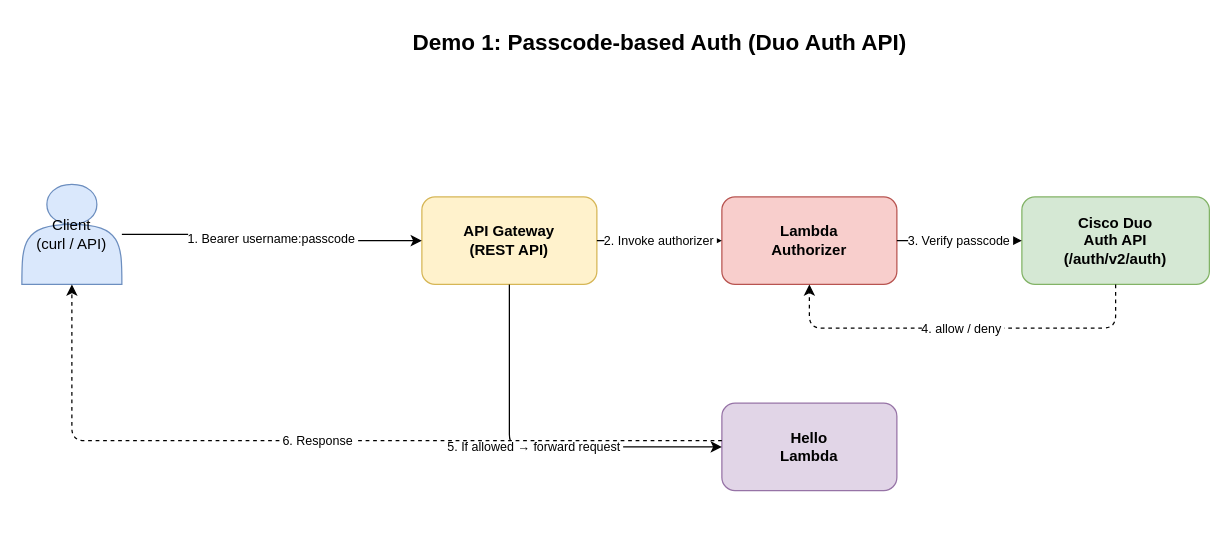
final000/aws-lambdaauth-ciscoduo-demo keeps this draw.io diagram as diagrams/demo1-passcode.drawio. Above is the earlier version. Source tidied: cells renumbered, new cells numbered last; positions are measured from the earlier drawing's top-left corner, leaving out a move shared by most shapes. Both pictures are drawn from the tidied source at 125%, with x=0, y=0 at pixel (21, 21).
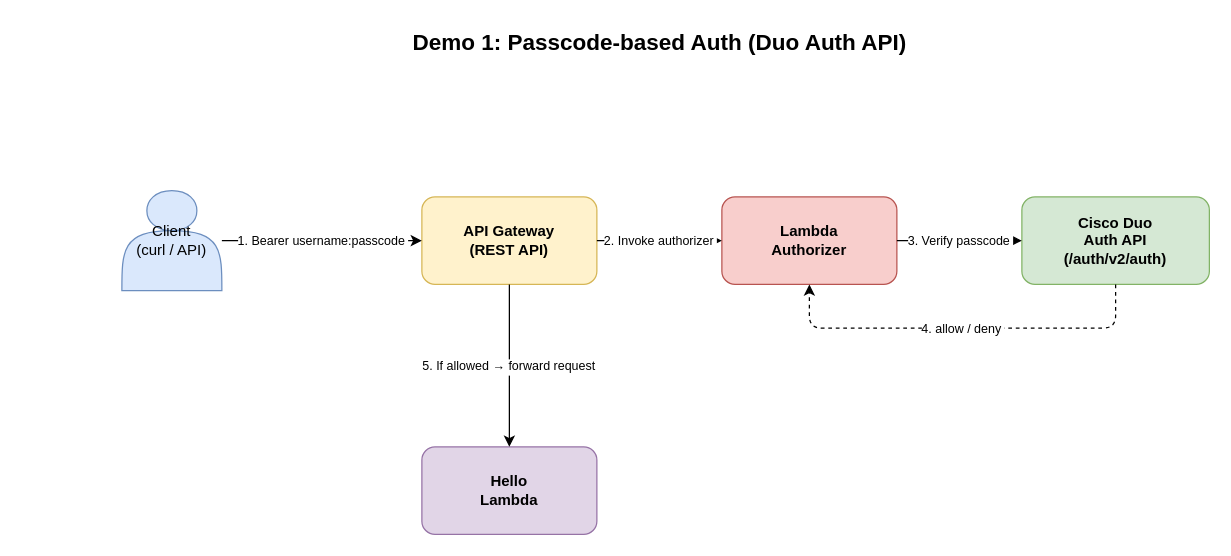
The same page after the edit.

Change to the diagram source:
```diff
@@
 <mxGraphModel>
   <root>
     <mxCell id="0" />
     <mxCell id="1" parent="0" />
     <mxCell id="2" value="Demo 1: Passcode-based Auth (Duo Auth API)" style="text;html=1;fontSize=18;fontStyle=1;align=center;" parent="1" vertex="1">
       <mxGeometry x="260" width="500" height="30" as="geometry" />
     </mxCell>
     <mxCell id="3" value="Client&#10;(curl / API)" style="shape=actor;whiteSpace=wrap;html=1;fillColor=#dae8fc;strokeColor=#6c8ebf;fontSize=12;" parent="1" vertex="1">
-      <mxGeometry y="130" width="80" height="80" as="geometry" />
+      <mxGeometry x="80" y="135" width="80" height="80" as="geometry" />
     </mxCell>
     <mxCell id="4" value="API Gateway&#10;(REST API)" style="rounded=1;whiteSpace=wrap;html=1;fillColor=#fff2cc;strokeColor=#d6b656;fontSize=12;fontStyle=1;" parent="1" vertex="1">
       <mxGeometry x="320" y="140" width="140" height="70" as="geometry" />
     </mxCell>
     <mxCell id="5" value="Lambda&#10;Authorizer" style="rounded=1;whiteSpace=wrap;html=1;fillColor=#f8cecc;strokeColor=#b85450;fontSize=12;fontStyle=1;" parent="1" vertex="1">
       <mxGeometry x="560" y="140" width="140" height="70" as="geometry" />
     </mxCell>
     <mxCell id="6" value="Cisco Duo&#10;Auth API&#10;(/auth/v2/auth)" style="rounded=1;whiteSpace=wrap;html=1;fillColor=#d5e8d4;strokeColor=#82b366;fontSize=12;fontStyle=1;" parent="1" vertex="1">
       <mxGeometry x="800" y="140" width="150" height="70" as="geometry" />
     </mxCell>
     <mxCell id="7" value="Hello&#10;Lambda" style="rounded=1;whiteSpace=wrap;html=1;fillColor=#e1d5e7;strokeColor=#9673a6;fontSize=12;fontStyle=1;" parent="1" vertex="1">
-      <mxGeometry x="560" y="305" width="140" height="70" as="geometry" />
+      <mxGeometry x="320" y="340" width="140" height="70" as="geometry" />
     </mxCell>
     <mxCell id="8" value="1. Bearer username:passcode" style="edgeStyle=orthogonalEdgeStyle;rounded=1;fontSize=10;" parent="1" edge="1" source="3" target="4">
       <mxGeometry relative="1" as="geometry" />
     </mxCell>
     <mxCell id="9" value="2. Invoke authorizer" style="edgeStyle=orthogonalEdgeStyle;rounded=1;fontSize=10;" parent="1" edge="1" source="4" target="5">
       <mxGeometry relative="1" as="geometry" />
     </mxCell>
     <mxCell id="10" value="3. Verify passcode" style="edgeStyle=orthogonalEdgeStyle;rounded=1;fontSize=10;" parent="1" edge="1" source="5" target="6">
       <mxGeometry relative="1" as="geometry" />
     </mxCell>
     <mxCell id="11" value="4. allow / deny" style="edgeStyle=orthogonalEdgeStyle;rounded=1;fontSize=10;dashed=1;" parent="1" edge="1" source="6" target="5">
       <mxGeometry relative="1" as="geometry">
         <Array as="points">
           <mxPoint x="875" y="245" />
           <mxPoint x="630" y="245" />
         </Array>
       </mxGeometry>
     </mxCell>
     <mxCell id="12" value="5. If allowed → forward request" style="edgeStyle=orthogonalEdgeStyle;rounded=1;fontSize=10;" parent="1" edge="1" source="4" target="7">
       <mxGeometry relative="1" as="geometry">
         <Array as="points">
           <mxPoint x="390" y="340" />
         </Array>
       </mxGeometry>
     </mxCell>
-    <mxCell id="13" value="6. Response" style="edgeStyle=orthogonalEdgeStyle;rounded=1;fontSize=10;dashed=1;" parent="1" edge="1" source="7" target="3">
-      <mxGeometry relative="1" as="geometry">
-        <Array as="points">
-          <mxPoint x="40" y="335" />
-        </Array>
-      </mxGeometry>
-    </mxCell>
   </root>
 </mxGraphModel>
```
